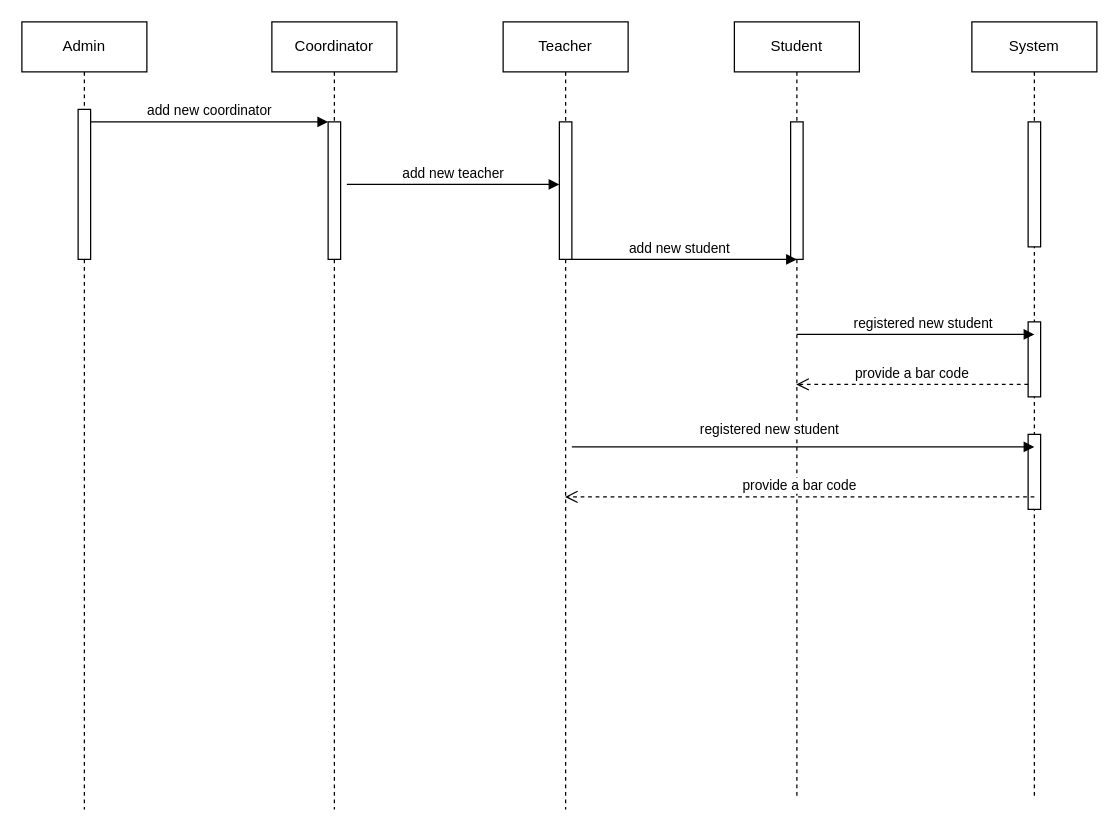
The draw.io diagram sequenses diagram.drawio in Dulara-Akalanka/Group-Software-Project, before the edit. Source tidied: cells renumbered, new cells numbered last; positions are measured from the earlier drawing's top-left corner, leaving out a move shared by most shapes. Both pictures are drawn from the tidied source at 125%, with x=0, y=0 at pixel (21, 21).
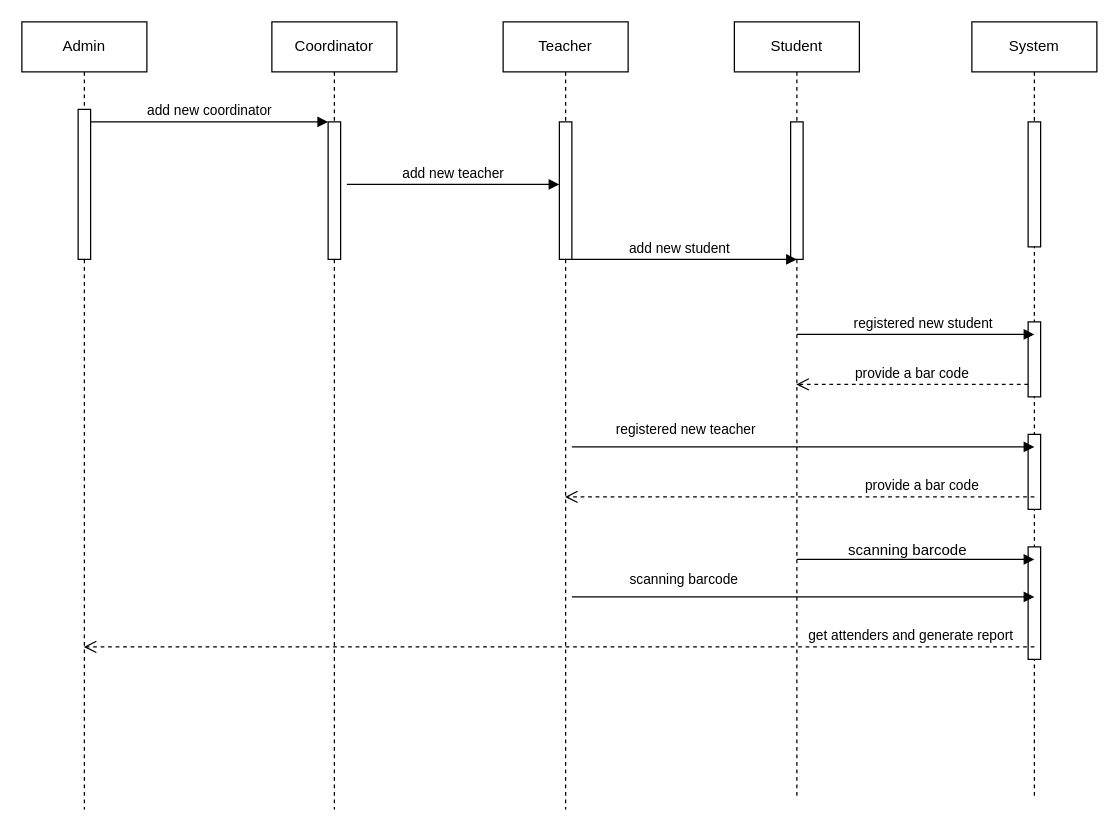
After the change.

Unchanged cells that the change refers to:
```xml
<mxCell id="2" value="Admin" style="shape=umlLifeline;perimeter=lifelinePerimeter;whiteSpace=wrap;html=1;outlineConnect=0;portConstraint=eastwest;newEdgeStyle={&quot;edgeStyle&quot;:&quot;elbowEdgeStyle&quot;,&quot;elbow&quot;:&quot;vertical&quot;,&quot;curved&quot;:0,&quot;rounded&quot;:0};" parent="1" vertex="1">
  <mxGeometry width="100" height="630" as="geometry" />
</mxCell>
<mxCell id="7" value="Teacher" style="shape=umlLifeline;perimeter=lifelinePerimeter;whiteSpace=wrap;html=1;outlineConnect=0;portConstraint=eastwest;newEdgeStyle={&quot;edgeStyle&quot;:&quot;elbowEdgeStyle&quot;,&quot;elbow&quot;:&quot;vertical&quot;,&quot;curved&quot;:0,&quot;rounded&quot;:0};" parent="1" vertex="1">
  <mxGeometry x="385" width="100" height="630" as="geometry" />
</mxCell>
<mxCell id="11" value="System" style="shape=umlLifeline;perimeter=lifelinePerimeter;whiteSpace=wrap;html=1;newEdgeStyle={&quot;edgeStyle&quot;:&quot;elbowEdgeStyle&quot;,&quot;elbow&quot;:&quot;vertical&quot;,&quot;curved&quot;:0,&quot;rounded&quot;:0};" parent="1" vertex="1">
  <mxGeometry x="760" width="100" height="620" as="geometry" />
</mxCell>
<mxCell id="20" style="endArrow=block;endFill=1;html=1;edgeStyle=orthogonalEdgeStyle;align=left;verticalAlign=top;rounded=0;" parent="1" edge="1">
  <mxGeometry x="-1" relative="1" as="geometry">
    <mxPoint x="440" y="340" as="sourcePoint" />
    <mxPoint x="810" y="340" as="targetPoint" />
  </mxGeometry>
</mxCell>
```

The edit, as a diff of the source:
```diff
@@
+    <mxCell id="23" style="html=1;perimeter=orthogonalPerimeter;targetShapes=umlLifeline;newEdgeStyle={&quot;edgeStyle&quot;:&quot;elbowEdgeStyle&quot;,&quot;elbow&quot;:&quot;vertical&quot;,&quot;curved&quot;:0,&quot;rounded&quot;:0};" parent="11" vertex="1">
+      <mxGeometry x="45" y="420" width="10" height="90" as="geometry" />
+    </mxCell>
@@
-    <mxCell id="21" value="registered new student" style="edgeLabel;html=1;align=center;verticalAlign=middle;" parent="20" vertex="1">
+    <mxCell id="21" value="registered new teacher" style="edgeLabel;html=1;align=center;verticalAlign=middle;" parent="20" vertex="1">
       <mxGeometry x="0.61" y="4" relative="1" as="geometry">
-        <mxPoint x="-141" y="-11" as="offset" />
+        <mxPoint x="-208" y="-11" as="offset" />
       </mxGeometry>
     </mxCell>
     <mxCell id="22" value="provide a bar code" style="html=1;verticalAlign=bottom;endArrow=open;dashed=1;endSize=8;edgeStyle=elbowEdgeStyle;elbow=vertical;curved=0;rounded=0;" parent="1" edge="1" target="7">
-      <mxGeometry relative="1" as="geometry">
+      <mxGeometry x="-0.52" relative="1" as="geometry">
         <mxPoint x="810" y="380" as="sourcePoint" />
         <Array as="points">
           <mxPoint x="755" y="380" />
         </Array>
       </mxGeometry>
     </mxCell>
+    <mxCell id="24" style="endArrow=block;endFill=1;html=1;edgeStyle=orthogonalEdgeStyle;align=left;verticalAlign=top;rounded=0;" parent="1" edge="1">
+      <mxGeometry x="-1" relative="1" as="geometry">
+        <mxPoint x="440" y="460" as="sourcePoint" />
+        <mxPoint x="810" y="460" as="targetPoint" />
+      </mxGeometry>
+    </mxCell>
+    <mxCell id="25" value="scanning barcode&amp;nbsp;" style="edgeLabel;html=1;align=center;verticalAlign=middle;" parent="24" vertex="1">
+      <mxGeometry x="0.61" y="4" relative="1" as="geometry">
+        <mxPoint x="-208" y="-11" as="offset" />
+      </mxGeometry>
+    </mxCell>
+    <mxCell id="26" style="endArrow=block;endFill=1;html=1;edgeStyle=orthogonalEdgeStyle;align=left;verticalAlign=top;rounded=0;" parent="1" edge="1">
+      <mxGeometry x="-1" relative="1" as="geometry">
+        <mxPoint x="620" y="430" as="sourcePoint" />
+        <mxPoint x="810" y="430" as="targetPoint" />
+      </mxGeometry>
+    </mxCell>
+    <mxCell id="27" value="get attenders and generate report" style="html=1;verticalAlign=bottom;endArrow=open;dashed=1;endSize=8;edgeStyle=elbowEdgeStyle;elbow=vertical;curved=0;rounded=0;" parent="1" edge="1" target="2">
+      <mxGeometry x="-0.74" relative="1" as="geometry">
+        <mxPoint x="810" y="500" as="sourcePoint" />
+        <Array as="points">
+          <mxPoint x="755" y="500" />
+        </Array>
+      </mxGeometry>
+    </mxCell>
+    <mxCell id="28" value="scanning barcode&amp;nbsp;" style="text;html=1;align=center;verticalAlign=middle;strokeColor=none;fillColor=none;" parent="1" vertex="1">
+      <mxGeometry x="650" y="408" width="120" height="30" as="geometry" />
+    </mxCell>
```
